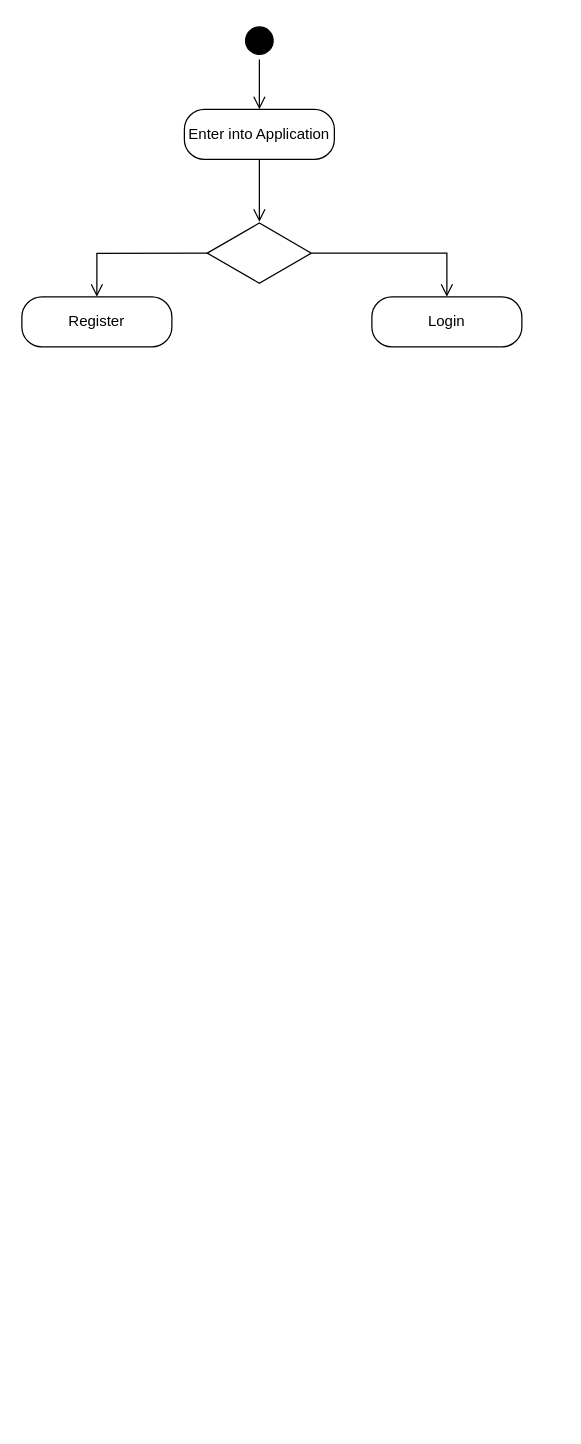
This is User_Activity_Diagram.drawio from dhavanikgithub/Capstone-Project1, a draw.io file, before an edit. Source tidied: cells renumbered, new cells numbered last; positions are measured from the earlier drawing's top-left corner, leaving out a move shared by most shapes. Both pictures are drawn from the tidied source at 125%, with x=0, y=0 at pixel (21, 21).
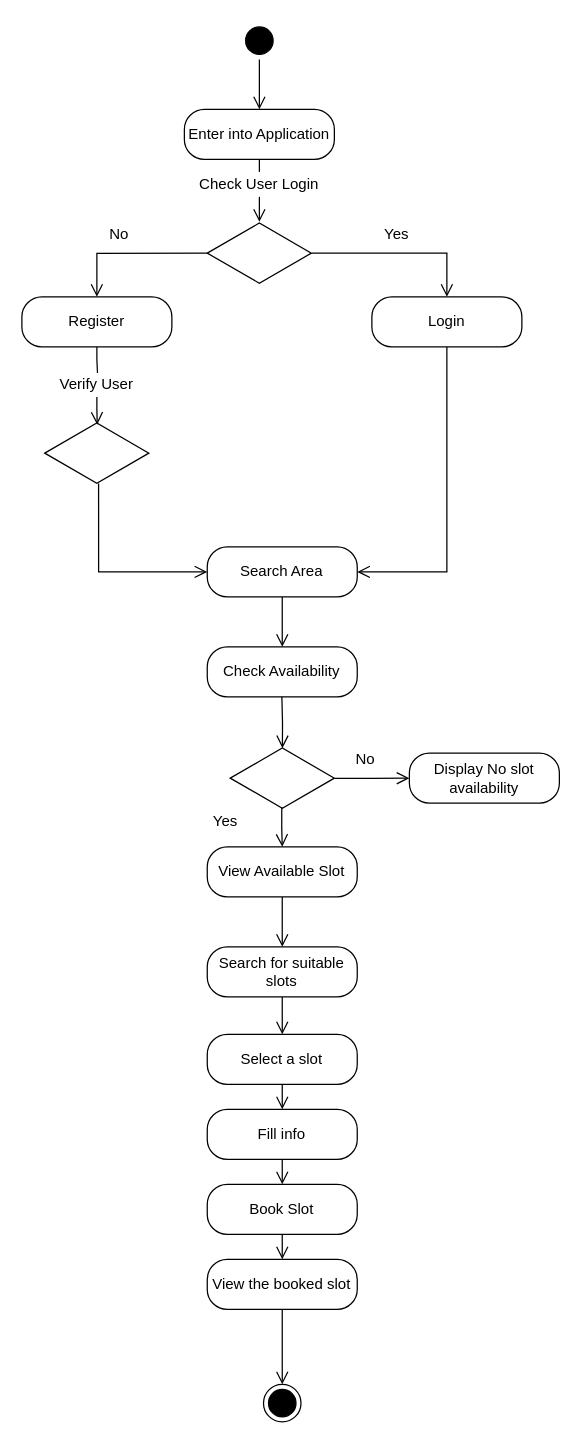
The same page after the edit.

Unchanged cells that the change refers to:
```xml
<mxCell id="7" value="Register" style="rounded=1;whiteSpace=wrap;html=1;arcSize=40;" parent="1" vertex="1">
  <mxGeometry y="220" width="120" height="40" as="geometry" />
</mxCell>
<mxCell id="9" value="Login" style="rounded=1;whiteSpace=wrap;html=1;arcSize=40;" parent="1" vertex="1">
  <mxGeometry x="280" y="220" width="120" height="40" as="geometry" />
</mxCell>
```

What changed in the source:
```diff
@@
+    <mxCell id="11" style="html=1;whiteSpace=wrap;shape=isoRectangle;" parent="1" vertex="1">
+      <mxGeometry x="18.3" y="320" width="83.3" height="50" as="geometry" />
+    </mxCell>
+    <mxCell id="12" style="edgeStyle=orthogonalEdgeStyle;html=1;verticalAlign=bottom;endArrow=open;endSize=8;strokeColor=#000000;rounded=0;exitX=0.5;exitY=1;exitDx=0;exitDy=0;entryX=0.504;entryY=0.045;entryDx=0;entryDy=0;entryPerimeter=0;startArrow=none;" parent="1" edge="1" source="13" target="11">
+      <mxGeometry relative="1" as="geometry" />
+    </mxCell>
+    <mxCell id="13" value="Verify User" style="rounded=0;whiteSpace=wrap;html=1;fontColor=#000000;fillColor=#FFFFFF;strokeColor=none;" parent="1" vertex="1">
+      <mxGeometry y="280" width="120" height="20" as="geometry" />
+    </mxCell>
+    <mxCell id="14" style="edgeStyle=orthogonalEdgeStyle;html=1;verticalAlign=bottom;endArrow=none;endSize=8;strokeColor=#000000;rounded=0;exitX=0.5;exitY=1;exitDx=0;exitDy=0;entryX=0.504;entryY=0.045;entryDx=0;entryDy=0;entryPerimeter=0;" parent="1" edge="1" source="7" target="13">
+      <mxGeometry relative="1" as="geometry" />
+    </mxCell>
+    <mxCell id="15" value="Check User Login" style="rounded=0;whiteSpace=wrap;html=1;fontColor=#000000;fillColor=#FFFFFF;strokeColor=none;" parent="1" vertex="1">
+      <mxGeometry x="130" y="120" width="120" height="20" as="geometry" />
+    </mxCell>
+    <mxCell id="16" value="Yes" style="rounded=0;whiteSpace=wrap;html=1;fontColor=#000000;fillColor=#FFFFFF;strokeColor=none;" parent="1" vertex="1">
+      <mxGeometry x="240" y="160" width="120" height="20" as="geometry" />
+    </mxCell>
+    <mxCell id="17" value="No" style="rounded=0;whiteSpace=wrap;html=1;fontColor=#000000;fillColor=#FFFFFF;strokeColor=none;" parent="1" vertex="1">
+      <mxGeometry x="18.3" y="160" width="120" height="20" as="geometry" />
+    </mxCell>
+    <mxCell id="18" value="Search Area" style="rounded=1;whiteSpace=wrap;html=1;arcSize=40;" parent="1" vertex="1">
+      <mxGeometry x="148.3" y="420" width="120" height="40" as="geometry" />
+    </mxCell>
+    <mxCell id="19" style="edgeStyle=orthogonalEdgeStyle;html=1;verticalAlign=bottom;endArrow=open;endSize=8;strokeColor=#000000;rounded=0;entryX=0;entryY=0.5;entryDx=0;entryDy=0;exitX=0.517;exitY=0.987;exitDx=0;exitDy=0;exitPerimeter=0;" parent="1" edge="1" source="11" target="18">
+      <mxGeometry relative="1" as="geometry" />
+    </mxCell>
+    <mxCell id="20" style="edgeStyle=orthogonalEdgeStyle;html=1;verticalAlign=bottom;endArrow=open;endSize=8;strokeColor=#000000;rounded=0;entryX=1;entryY=0.5;entryDx=0;entryDy=0;exitX=0.5;exitY=1;exitDx=0;exitDy=0;" parent="1" edge="1" source="9" target="18">
+      <mxGeometry relative="1" as="geometry" />
+    </mxCell>
+    <mxCell id="21" value="Check Availability" style="rounded=1;whiteSpace=wrap;html=1;arcSize=40;" parent="1" vertex="1">
+      <mxGeometry x="148.3" y="500" width="120" height="40" as="geometry" />
+    </mxCell>
+    <mxCell id="22" style="edgeStyle=orthogonalEdgeStyle;html=1;verticalAlign=bottom;endArrow=open;endSize=8;strokeColor=#000000;rounded=0;entryX=0.5;entryY=0;entryDx=0;entryDy=0;exitX=0.5;exitY=1;exitDx=0;exitDy=0;" parent="1" edge="1" source="18" target="21">
+      <mxGeometry relative="1" as="geometry" />
+    </mxCell>
+    <mxCell id="23" style="html=1;whiteSpace=wrap;shape=isoRectangle;" parent="1" vertex="1">
+      <mxGeometry x="166.7" y="580" width="83.3" height="50" as="geometry" />
+    </mxCell>
+    <mxCell id="24" style="edgeStyle=orthogonalEdgeStyle;html=1;verticalAlign=bottom;endArrow=open;endSize=8;strokeColor=#000000;rounded=0;entryX=0.501;entryY=0.022;entryDx=0;entryDy=0;entryPerimeter=0;" parent="1" edge="1" target="23">
+      <mxGeometry relative="1" as="geometry">
+        <mxPoint x="208" y="540" as="sourcePoint" />
+      </mxGeometry>
+    </mxCell>
+    <mxCell id="25" value="View Available Slot" style="rounded=1;whiteSpace=wrap;html=1;arcSize=40;" parent="1" vertex="1">
+      <mxGeometry x="148.3" y="660" width="120" height="40" as="geometry" />
+    </mxCell>
+    <mxCell id="26" style="edgeStyle=orthogonalEdgeStyle;html=1;verticalAlign=bottom;endArrow=open;endSize=8;strokeColor=#000000;rounded=0;entryX=0.5;entryY=0;entryDx=0;entryDy=0;exitX=0.495;exitY=0.971;exitDx=0;exitDy=0;exitPerimeter=0;" parent="1" edge="1" source="23" target="25">
+      <mxGeometry relative="1" as="geometry" />
+    </mxCell>
+    <mxCell id="27" value="Yes" style="rounded=0;whiteSpace=wrap;html=1;fontColor=#000000;fillColor=#FFFFFF;strokeColor=none;" parent="1" vertex="1">
+      <mxGeometry x="138.3" y="630" width="50" height="20" as="geometry" />
+    </mxCell>
+    <mxCell id="28" value="Display No slot availability" style="rounded=1;whiteSpace=wrap;html=1;arcSize=40;" parent="1" vertex="1">
+      <mxGeometry x="310" y="585" width="120" height="40" as="geometry" />
+    </mxCell>
+    <mxCell id="29" style="edgeStyle=orthogonalEdgeStyle;html=1;verticalAlign=bottom;endArrow=open;endSize=8;strokeColor=#000000;rounded=0;entryX=0;entryY=0.5;entryDx=0;entryDy=0;exitX=1.004;exitY=0.503;exitDx=0;exitDy=0;exitPerimeter=0;" parent="1" edge="1" source="23" target="28">
+      <mxGeometry relative="1" as="geometry" />
+    </mxCell>
+    <mxCell id="30" value="Search for suitable slots" style="rounded=1;whiteSpace=wrap;html=1;arcSize=40;" parent="1" vertex="1">
+      <mxGeometry x="148.3" y="740" width="120" height="40" as="geometry" />
+    </mxCell>
+    <mxCell id="31" style="edgeStyle=orthogonalEdgeStyle;html=1;verticalAlign=bottom;endArrow=open;endSize=8;strokeColor=#000000;rounded=0;entryX=0.5;entryY=0;entryDx=0;entryDy=0;exitX=0.5;exitY=1;exitDx=0;exitDy=0;" parent="1" edge="1" source="25" target="30">
+      <mxGeometry relative="1" as="geometry" />
+    </mxCell>
+    <mxCell id="32" value="No" style="rounded=0;whiteSpace=wrap;html=1;fontColor=#000000;fillColor=#FFFFFF;strokeColor=none;" parent="1" vertex="1">
+      <mxGeometry x="250" y="580" width="50" height="20" as="geometry" />
+    </mxCell>
+    <mxCell id="33" value="Select a slot" style="rounded=1;whiteSpace=wrap;html=1;arcSize=40;" parent="1" vertex="1">
+      <mxGeometry x="148.3" y="810" width="120" height="40" as="geometry" />
+    </mxCell>
+    <mxCell id="34" value="Fill info" style="rounded=1;whiteSpace=wrap;html=1;arcSize=40;" parent="1" vertex="1">
+      <mxGeometry x="148.3" y="870" width="120" height="40" as="geometry" />
+    </mxCell>
+    <mxCell id="35" value="Book Slot" style="rounded=1;whiteSpace=wrap;html=1;arcSize=40;" parent="1" vertex="1">
+      <mxGeometry x="148.3" y="930" width="120" height="40" as="geometry" />
+    </mxCell>
+    <mxCell id="36" value="View the booked slot" style="rounded=1;whiteSpace=wrap;html=1;arcSize=40;" parent="1" vertex="1">
+      <mxGeometry x="148.3" y="990" width="120" height="40" as="geometry" />
+    </mxCell>
+    <mxCell id="37" style="edgeStyle=orthogonalEdgeStyle;html=1;verticalAlign=bottom;endArrow=open;endSize=8;strokeColor=#000000;rounded=0;entryX=0.5;entryY=0;entryDx=0;entryDy=0;exitX=0.5;exitY=1;exitDx=0;exitDy=0;" parent="1" edge="1" source="30" target="33">
+      <mxGeometry relative="1" as="geometry" />
+    </mxCell>
+    <mxCell id="38" style="edgeStyle=orthogonalEdgeStyle;html=1;verticalAlign=bottom;endArrow=open;endSize=8;strokeColor=#000000;rounded=0;entryX=0.5;entryY=0;entryDx=0;entryDy=0;exitX=0.5;exitY=1;exitDx=0;exitDy=0;" parent="1" edge="1" source="33" target="34">
+      <mxGeometry relative="1" as="geometry" />
+    </mxCell>
+    <mxCell id="39" style="edgeStyle=orthogonalEdgeStyle;html=1;verticalAlign=bottom;endArrow=open;endSize=8;strokeColor=#000000;rounded=0;entryX=0.5;entryY=0;entryDx=0;entryDy=0;exitX=0.5;exitY=1;exitDx=0;exitDy=0;" parent="1" edge="1" source="34" target="35">
+      <mxGeometry relative="1" as="geometry" />
+    </mxCell>
+    <mxCell id="40" style="edgeStyle=orthogonalEdgeStyle;html=1;verticalAlign=bottom;endArrow=open;endSize=8;strokeColor=#000000;rounded=0;entryX=0.5;entryY=0;entryDx=0;entryDy=0;exitX=0.5;exitY=1;exitDx=0;exitDy=0;" parent="1" edge="1" source="35" target="36">
+      <mxGeometry relative="1" as="geometry" />
+    </mxCell>
+    <mxCell id="41" style="ellipse;html=1;shape=endState;fillColor=#000000;" parent="1" vertex="1">
+      <mxGeometry x="193.3" y="1090" width="30" height="30" as="geometry" />
+    </mxCell>
+    <mxCell id="42" style="edgeStyle=orthogonalEdgeStyle;html=1;verticalAlign=bottom;endArrow=open;endSize=8;strokeColor=#000000;rounded=0;entryX=0.5;entryY=0;entryDx=0;entryDy=0;exitX=0.5;exitY=1;exitDx=0;exitDy=0;" parent="1" edge="1" source="36" target="41">
+      <mxGeometry relative="1" as="geometry" />
+    </mxCell>
```
